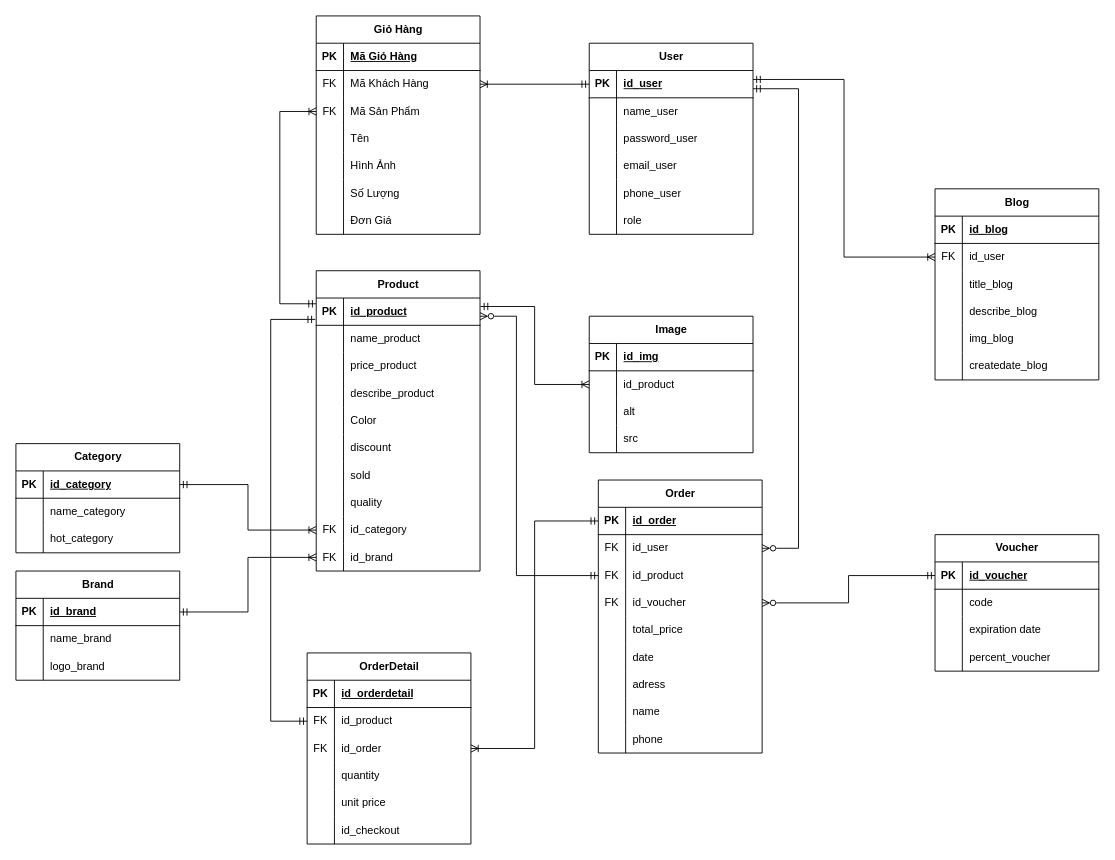
Earlier version of the draw.io diagram VN.drawio (Blion00/Blion00). Source tidied: cells renumbered, new cells numbered last; positions are measured from the earlier drawing's top-left corner, leaving out a move shared by most shapes. Both pictures are drawn from the tidied source at 91%, with x=0, y=0 at pixel (15, 15).
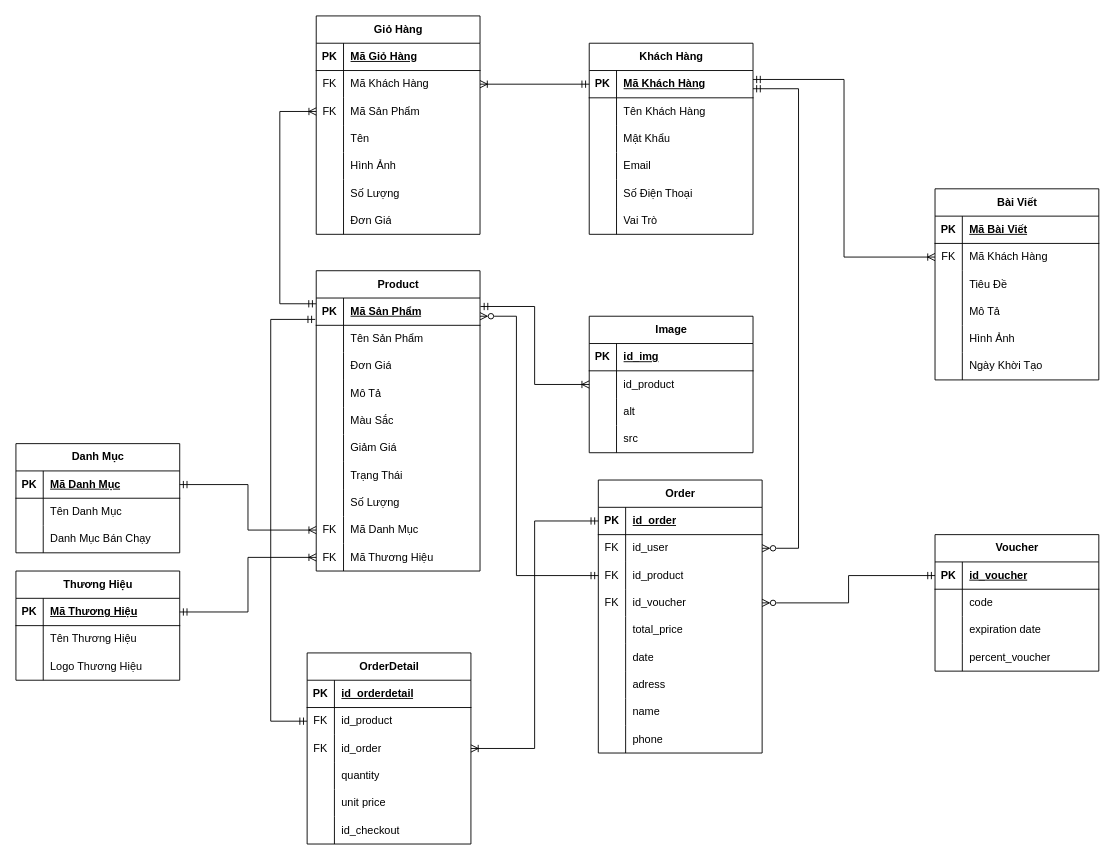
The same diagram, later.

The change refers to these unchanged cells:
```xml
<mxCell id="3" style="shape=tableRow;horizontal=0;startSize=0;swimlaneHead=0;swimlaneBody=0;fillColor=none;points=[[0,0.5],[1,0.5]];portConstraint=eastwest;top=0;left=0;right=0;bottom=1;" parent="2" vertex="1">
<mxCell id="6" style="shape=tableRow;horizontal=0;startSize=0;swimlaneHead=0;swimlaneBody=0;fillColor=none;top=0;left=0;right=0;bottom=0;" parent="2" vertex="1">
<mxCell id="9" style="shape=tableRow;horizontal=0;startSize=0;swimlaneHead=0;swimlaneBody=0;fillColor=none;top=0;left=0;right=0;bottom=0;" parent="2" vertex="1">
<mxCell id="12" style="shape=tableRow;horizontal=0;startSize=0;swimlaneHead=0;swimlaneBody=0;fillColor=none;top=0;left=0;right=0;bottom=0;" parent="2" vertex="1">
<mxCell id="15" style="shape=tableRow;horizontal=0;startSize=0;swimlaneHead=0;swimlaneBody=0;fillColor=none;top=0;left=0;right=0;bottom=0;" parent="2" vertex="1">
<mxCell id="18" style="shape=tableRow;horizontal=0;startSize=0;swimlaneHead=0;swimlaneBody=0;fillColor=none;top=0;left=0;right=0;bottom=0;" parent="2" vertex="1">
<mxCell id="21" style="shape=tableRow;horizontal=0;startSize=0;swimlaneHead=0;swimlaneBody=0;fillColor=none;top=0;left=0;right=0;bottom=0;" parent="2" vertex="1">
<mxCell id="24" style="shape=tableRow;horizontal=0;startSize=0;swimlaneHead=0;swimlaneBody=0;fillColor=none;top=0;left=0;right=0;bottom=0;" parent="2" vertex="1">
<mxCell id="27" style="shape=tableRow;horizontal=0;startSize=0;swimlaneHead=0;swimlaneBody=0;fillColor=none;points=[[0,0.5],[1,0.5]];portConstraint=eastwest;top=0;left=0;right=0;bottom=0;" parent="2" vertex="1">
<mxCell id="30" style="shape=tableRow;horizontal=0;startSize=0;swimlaneHead=0;swimlaneBody=0;fillColor=none;points=[[0,0.5],[1,0.5]];portConstraint=eastwest;top=0;left=0;right=0;bottom=0;" parent="2" vertex="1">
<mxCell id="34" style="shape=tableRow;horizontal=0;startSize=0;swimlaneHead=0;swimlaneBody=0;fillColor=none;points=[[0,0.5],[1,0.5]];portConstraint=eastwest;top=0;left=0;right=0;bottom=1;" parent="33" vertex="1">
<mxCell id="37" style="shape=tableRow;horizontal=0;startSize=0;swimlaneHead=0;swimlaneBody=0;fillColor=none;top=0;left=0;right=0;bottom=0;" parent="33" vertex="1">
<mxCell id="40" style="shape=tableRow;horizontal=0;startSize=0;swimlaneHead=0;swimlaneBody=0;fillColor=none;top=0;left=0;right=0;bottom=0;" parent="33" vertex="1">
<mxCell id="63" style="shape=tableRow;horizontal=0;startSize=0;swimlaneHead=0;swimlaneBody=0;fillColor=none;points=[[0,0.5],[1,0.5]];portConstraint=eastwest;top=0;left=0;right=0;bottom=1;" parent="62" vertex="1">
<mxCell id="66" style="shape=tableRow;horizontal=0;startSize=0;swimlaneHead=0;swimlaneBody=0;fillColor=none;top=0;left=0;right=0;bottom=0;" parent="62" vertex="1">
<mxCell id="69" style="shape=tableRow;horizontal=0;startSize=0;swimlaneHead=0;swimlaneBody=0;fillColor=none;top=0;left=0;right=0;bottom=0;" parent="62" vertex="1">
<mxCell id="72" style="shape=tableRow;horizontal=0;startSize=0;swimlaneHead=0;swimlaneBody=0;fillColor=none;top=0;left=0;right=0;bottom=0;" parent="62" vertex="1">
<mxCell id="75" style="shape=tableRow;horizontal=0;startSize=0;swimlaneHead=0;swimlaneBody=0;fillColor=none;top=0;left=0;right=0;bottom=0;" parent="62" vertex="1">
<mxCell id="78" style="shape=tableRow;horizontal=0;startSize=0;swimlaneHead=0;swimlaneBody=0;fillColor=none;top=0;left=0;right=0;bottom=0;" parent="62" vertex="1">
<mxCell id="151" style="shape=tableRow;horizontal=0;startSize=0;swimlaneHead=0;swimlaneBody=0;fillColor=none;top=0;left=0;right=0;bottom=1;" parent="150" vertex="1">
<mxCell id="154" style="shape=tableRow;horizontal=0;startSize=0;swimlaneHead=0;swimlaneBody=0;fillColor=none;points=[[0,0.5],[1,0.5]];portConstraint=eastwest;top=0;left=0;right=0;bottom=0;" parent="150" vertex="1">
<mxCell id="157" style="shape=tableRow;horizontal=0;startSize=0;swimlaneHead=0;swimlaneBody=0;fillColor=none;top=0;left=0;right=0;bottom=0;" parent="150" vertex="1">
<mxCell id="160" style="shape=tableRow;horizontal=0;startSize=0;swimlaneHead=0;swimlaneBody=0;fillColor=none;top=0;left=0;right=0;bottom=0;" parent="150" vertex="1">
<mxCell id="163" style="shape=tableRow;horizontal=0;startSize=0;swimlaneHead=0;swimlaneBody=0;fillColor=none;top=0;left=0;right=0;bottom=0;" parent="150" vertex="1">
<mxCell id="166" style="shape=tableRow;horizontal=0;startSize=0;swimlaneHead=0;swimlaneBody=0;fillColor=none;top=0;left=0;right=0;bottom=0;" parent="150" vertex="1">
<mxCell id="171" style="shape=tableRow;horizontal=0;startSize=0;swimlaneHead=0;swimlaneBody=0;fillColor=none;points=[[0,0.5],[1,0.5]];portConstraint=eastwest;top=0;left=0;right=0;bottom=1;" parent="170" vertex="1">
<mxCell id="174" style="shape=tableRow;horizontal=0;startSize=0;swimlaneHead=0;swimlaneBody=0;fillColor=none;top=0;left=0;right=0;bottom=0;" parent="170" vertex="1">
<mxCell id="177" style="shape=tableRow;horizontal=0;startSize=0;swimlaneHead=0;swimlaneBody=0;fillColor=none;top=0;left=0;right=0;bottom=0;" parent="170" vertex="1">
```

The edit, as a diff of the source:
```diff
@@
-    <mxCell id="5" value="id_product" style="shape=partialRectangle;fillColor=none;top=0;left=0;bottom=0;right=0;align=left;spacingLeft=6;fontStyle=5;overflow=hidden;whiteSpace=wrap;html=1;" parent="3" vertex="1">
+    <mxCell id="5" value="Mã Sản Phẩm" style="shape=partialRectangle;fillColor=none;top=0;left=0;bottom=0;right=0;align=left;spacingLeft=6;fontStyle=5;overflow=hidden;whiteSpace=wrap;html=1;" parent="3" vertex="1">
       <mxGeometry x="30" width="150" height="30" as="geometry" />
     </mxCell>
@@
-    <mxCell id="8" value="name_product" style="shape=partialRectangle;fillColor=none;top=0;left=0;bottom=0;right=0;align=left;spacingLeft=6;overflow=hidden;whiteSpace=wrap;html=1;" parent="6" vertex="1">
+    <mxCell id="8" value="Tên Sản Phẩm" style="shape=partialRectangle;fillColor=none;top=0;left=0;bottom=0;right=0;align=left;spacingLeft=6;overflow=hidden;whiteSpace=wrap;html=1;" parent="6" vertex="1">
       <mxGeometry x="30" width="150" height="30" as="geometry" />
     </mxCell>
@@
-    <mxCell id="11" value="price_product" style="shape=partialRectangle;fillColor=none;top=0;left=0;bottom=0;right=0;align=left;spacingLeft=6;overflow=hidden;whiteSpace=wrap;html=1;" parent="9" vertex="1">
+    <mxCell id="11" value="Đơn Giá" style="shape=partialRectangle;fillColor=none;top=0;left=0;bottom=0;right=0;align=left;spacingLeft=6;overflow=hidden;whiteSpace=wrap;html=1;" parent="9" vertex="1">
       <mxGeometry x="30" width="150" height="30" as="geometry" />
     </mxCell>
@@
-    <mxCell id="14" value="describe_product" style="shape=partialRectangle;fillColor=none;top=0;left=0;bottom=0;right=0;align=left;spacingLeft=6;overflow=hidden;whiteSpace=wrap;html=1;" parent="12" vertex="1">
+    <mxCell id="14" value="Mô Tả" style="shape=partialRectangle;fillColor=none;top=0;left=0;bottom=0;right=0;align=left;spacingLeft=6;overflow=hidden;whiteSpace=wrap;html=1;" parent="12" vertex="1">
       <mxGeometry x="30" width="150" height="30" as="geometry" />
     </mxCell>
@@
-    <mxCell id="17" value="Color" style="shape=partialRectangle;fillColor=none;top=0;left=0;bottom=0;right=0;align=left;spacingLeft=6;overflow=hidden;whiteSpace=wrap;html=1;" parent="15" vertex="1">
+    <mxCell id="17" value="Màu Sắc" style="shape=partialRectangle;fillColor=none;top=0;left=0;bottom=0;right=0;align=left;spacingLeft=6;overflow=hidden;whiteSpace=wrap;html=1;" parent="15" vertex="1">
       <mxGeometry x="30" width="150" height="30" as="geometry" />
     </mxCell>
@@
-    <mxCell id="20" value="discount" style="shape=partialRectangle;fillColor=none;top=0;left=0;bottom=0;right=0;align=left;spacingLeft=6;overflow=hidden;whiteSpace=wrap;html=1;" parent="18" vertex="1">
+    <mxCell id="20" value="Giảm Giá" style="shape=partialRectangle;fillColor=none;top=0;left=0;bottom=0;right=0;align=left;spacingLeft=6;overflow=hidden;whiteSpace=wrap;html=1;" parent="18" vertex="1">
       <mxGeometry x="30" width="150" height="30" as="geometry" />
     </mxCell>
@@
-    <mxCell id="23" value="sold" style="shape=partialRectangle;fillColor=none;top=0;left=0;bottom=0;right=0;align=left;spacingLeft=6;overflow=hidden;whiteSpace=wrap;html=1;" parent="21" vertex="1">
+    <mxCell id="23" value="Trạng Thái" style="shape=partialRectangle;fillColor=none;top=0;left=0;bottom=0;right=0;align=left;spacingLeft=6;overflow=hidden;whiteSpace=wrap;html=1;" parent="21" vertex="1">
       <mxGeometry x="30" width="150" height="30" as="geometry" />
     </mxCell>
@@
-    <mxCell id="26" value="quality" style="shape=partialRectangle;fillColor=none;top=0;left=0;bottom=0;right=0;align=left;spacingLeft=6;overflow=hidden;whiteSpace=wrap;html=1;" parent="24" vertex="1">
+    <mxCell id="26" value="Số Lượng" style="shape=partialRectangle;fillColor=none;top=0;left=0;bottom=0;right=0;align=left;spacingLeft=6;overflow=hidden;whiteSpace=wrap;html=1;" parent="24" vertex="1">
       <mxGeometry x="30" width="150" height="30" as="geometry" />
     </mxCell>
@@
-    <mxCell id="29" value="id_category" style="shape=partialRectangle;fillColor=none;top=0;left=0;bottom=0;right=0;align=left;spacingLeft=6;overflow=hidden;whiteSpace=wrap;html=1;" parent="27" vertex="1">
+    <mxCell id="29" value="Mã Danh Mục" style="shape=partialRectangle;fillColor=none;top=0;left=0;bottom=0;right=0;align=left;spacingLeft=6;overflow=hidden;whiteSpace=wrap;html=1;" parent="27" vertex="1">
       <mxGeometry x="30" width="150" height="30" as="geometry" />
     </mxCell>
@@
-    <mxCell id="32" value="id_brand" style="shape=partialRectangle;fillColor=none;top=0;left=0;bottom=0;right=0;align=left;spacingLeft=6;overflow=hidden;whiteSpace=wrap;html=1;" parent="30" vertex="1">
+    <mxCell id="32" value="Mã Thương Hiệu" style="shape=partialRectangle;fillColor=none;top=0;left=0;bottom=0;right=0;align=left;spacingLeft=6;overflow=hidden;whiteSpace=wrap;html=1;" parent="30" vertex="1">
       <mxGeometry x="30" width="150" height="30" as="geometry" />
     </mxCell>
-    <mxCell id="33" value="Category" style="shape=table;startSize=30;childLayout=tableLayout;rowLines=0;fontStyle=1;align=center;html=1;" parent="1" vertex="1">
+    <mxCell id="33" value="Danh Mục" style="shape=table;startSize=30;childLayout=tableLayout;rowLines=0;fontStyle=1;align=center;html=1;" parent="1" vertex="1">
       <mxGeometry y="470" width="180" height="120" as="geometry" />
     </mxCell>
@@
-    <mxCell id="36" value="id_category" style="shape=partialRectangle;fillColor=none;top=0;left=0;bottom=0;right=0;align=left;spacingLeft=6;fontStyle=5;overflow=hidden;whiteSpace=wrap;html=1;" parent="34" vertex="1">
+    <mxCell id="36" value="Mã Danh Mục" style="shape=partialRectangle;fillColor=none;top=0;left=0;bottom=0;right=0;align=left;spacingLeft=6;fontStyle=5;overflow=hidden;whiteSpace=wrap;html=1;" parent="34" vertex="1">
       <mxGeometry x="30" width="150" height="30" as="geometry" />
     </mxCell>
@@
-    <mxCell id="39" value="name_category" style="shape=partialRectangle;fillColor=none;top=0;left=0;bottom=0;right=0;align=left;spacingLeft=6;overflow=hidden;whiteSpace=wrap;html=1;" parent="37" vertex="1">
+    <mxCell id="39" value="Tên Danh Mục" style="shape=partialRectangle;fillColor=none;top=0;left=0;bottom=0;right=0;align=left;spacingLeft=6;overflow=hidden;whiteSpace=wrap;html=1;" parent="37" vertex="1">
       <mxGeometry x="30" width="150" height="30" as="geometry" />
     </mxCell>
@@
-    <mxCell id="42" value="hot_category" style="shape=partialRectangle;fillColor=none;top=0;left=0;bottom=0;right=0;align=left;spacingLeft=6;overflow=hidden;whiteSpace=wrap;html=1;" parent="40" vertex="1">
+    <mxCell id="42" value="Danh Mục Bán Chạy" style="shape=partialRectangle;fillColor=none;top=0;left=0;bottom=0;right=0;align=left;spacingLeft=6;overflow=hidden;whiteSpace=wrap;html=1;" parent="40" vertex="1">
       <mxGeometry x="30" width="150" height="30" as="geometry" />
     </mxCell>
@@
-    <mxCell id="62" value="User" style="shape=table;startSize=30;childLayout=tableLayout;rowLines=0;fontStyle=1;align=center;html=1;" parent="1" vertex="1">
+    <mxCell id="62" value="Khách Hàng" style="shape=table;startSize=30;childLayout=tableLayout;rowLines=0;fontStyle=1;align=center;html=1;" parent="1" vertex="1">
       <mxGeometry x="630" y="30" width="180" height="210" as="geometry" />
     </mxCell>
@@
-    <mxCell id="65" value="id_user" style="shape=partialRectangle;fillColor=none;top=0;left=0;bottom=0;right=0;align=left;spacingLeft=6;fontStyle=5;overflow=hidden;whiteSpace=wrap;html=1;" parent="63" vertex="1">
+    <mxCell id="65" value="Mã Khách Hàng" style="shape=partialRectangle;fillColor=none;top=0;left=0;bottom=0;right=0;align=left;spacingLeft=6;fontStyle=5;overflow=hidden;whiteSpace=wrap;html=1;" parent="63" vertex="1">
       <mxGeometry x="30" width="150" height="30" as="geometry" />
     </mxCell>
@@
-    <mxCell id="68" value="name_user" style="shape=partialRectangle;fillColor=none;top=0;left=0;bottom=0;right=0;align=left;spacingLeft=6;overflow=hidden;whiteSpace=wrap;html=1;" parent="66" vertex="1">
+    <mxCell id="68" value="Tên Khách Hàng" style="shape=partialRectangle;fillColor=none;top=0;left=0;bottom=0;right=0;align=left;spacingLeft=6;overflow=hidden;whiteSpace=wrap;html=1;" parent="66" vertex="1">
       <mxGeometry x="30" width="150" height="30" as="geometry" />
     </mxCell>
@@
-    <mxCell id="71" value="password_user" style="shape=partialRectangle;fillColor=none;top=0;left=0;bottom=0;right=0;align=left;spacingLeft=6;overflow=hidden;whiteSpace=wrap;html=1;" parent="69" vertex="1">
+    <mxCell id="71" value="Mật Khẩu" style="shape=partialRectangle;fillColor=none;top=0;left=0;bottom=0;right=0;align=left;spacingLeft=6;overflow=hidden;whiteSpace=wrap;html=1;" parent="69" vertex="1">
       <mxGeometry x="30" width="150" height="30" as="geometry" />
     </mxCell>
@@
-    <mxCell id="74" value="email_user" style="shape=partialRectangle;fillColor=none;top=0;left=0;bottom=0;right=0;align=left;spacingLeft=6;overflow=hidden;whiteSpace=wrap;html=1;" parent="72" vertex="1">
+    <mxCell id="74" value="Email" style="shape=partialRectangle;fillColor=none;top=0;left=0;bottom=0;right=0;align=left;spacingLeft=6;overflow=hidden;whiteSpace=wrap;html=1;" parent="72" vertex="1">
       <mxGeometry x="30" width="150" height="30" as="geometry" />
     </mxCell>
@@
-    <mxCell id="77" value="phone_user" style="shape=partialRectangle;fillColor=none;top=0;left=0;bottom=0;right=0;align=left;spacingLeft=6;overflow=hidden;whiteSpace=wrap;html=1;" parent="75" vertex="1">
+    <mxCell id="77" value="Số Điện Thoại" style="shape=partialRectangle;fillColor=none;top=0;left=0;bottom=0;right=0;align=left;spacingLeft=6;overflow=hidden;whiteSpace=wrap;html=1;" parent="75" vertex="1">
       <mxGeometry x="30" width="150" height="30" as="geometry" />
     </mxCell>
@@
-    <mxCell id="80" value="role" style="shape=partialRectangle;fillColor=none;top=0;left=0;bottom=0;right=0;align=left;spacingLeft=6;overflow=hidden;whiteSpace=wrap;html=1;" parent="78" vertex="1">
+    <mxCell id="80" value="Vai Trò" style="shape=partialRectangle;fillColor=none;top=0;left=0;bottom=0;right=0;align=left;spacingLeft=6;overflow=hidden;whiteSpace=wrap;html=1;" parent="78" vertex="1">
       <mxGeometry x="30" width="150" height="30" as="geometry" />
     </mxCell>
@@
-    <mxCell id="150" value="Blog" style="shape=table;startSize=30;childLayout=tableLayout;rowLines=0;fontStyle=1;align=center;html=1;" parent="1" vertex="1">
+    <mxCell id="150" value="Bài Viết" style="shape=table;startSize=30;childLayout=tableLayout;rowLines=0;fontStyle=1;align=center;html=1;" parent="1" vertex="1">
       <mxGeometry x="1010" y="190" width="180" height="210" as="geometry" />
     </mxCell>
@@
-    <mxCell id="153" value="id_blog" style="shape=partialRectangle;fillColor=none;top=0;left=0;bottom=0;right=0;align=left;spacingLeft=6;fontStyle=5;overflow=hidden;whiteSpace=wrap;html=1;" parent="151" vertex="1">
+    <mxCell id="153" value="Mã Bài Viết" style="shape=partialRectangle;fillColor=none;top=0;left=0;bottom=0;right=0;align=left;spacingLeft=6;fontStyle=5;overflow=hidden;whiteSpace=wrap;html=1;" parent="151" vertex="1">
       <mxGeometry x="30" width="150" height="30" as="geometry" />
     </mxCell>
@@
-    <mxCell id="156" value="id_user" style="shape=partialRectangle;fillColor=none;top=0;left=0;bottom=0;right=0;align=left;spacingLeft=6;overflow=hidden;whiteSpace=wrap;html=1;" parent="154" vertex="1">
+    <mxCell id="156" value="Mã Khách Hàng" style="shape=partialRectangle;fillColor=none;top=0;left=0;bottom=0;right=0;align=left;spacingLeft=6;overflow=hidden;whiteSpace=wrap;html=1;" parent="154" vertex="1">
       <mxGeometry x="30" width="150" height="30" as="geometry" />
     </mxCell>
@@
-    <mxCell id="159" value="title_blog" style="shape=partialRectangle;fillColor=none;top=0;left=0;bottom=0;right=0;align=left;spacingLeft=6;overflow=hidden;whiteSpace=wrap;html=1;" parent="157" vertex="1">
+    <mxCell id="159" value="Tiêu Đề" style="shape=partialRectangle;fillColor=none;top=0;left=0;bottom=0;right=0;align=left;spacingLeft=6;overflow=hidden;whiteSpace=wrap;html=1;" parent="157" vertex="1">
       <mxGeometry x="30" width="150" height="30" as="geometry" />
     </mxCell>
@@
-    <mxCell id="162" value="describe_blog" style="shape=partialRectangle;fillColor=none;top=0;left=0;bottom=0;right=0;align=left;spacingLeft=6;overflow=hidden;whiteSpace=wrap;html=1;" parent="160" vertex="1">
+    <mxCell id="162" value="Mô Tả" style="shape=partialRectangle;fillColor=none;top=0;left=0;bottom=0;right=0;align=left;spacingLeft=6;overflow=hidden;whiteSpace=wrap;html=1;" parent="160" vertex="1">
       <mxGeometry x="30" width="150" height="30" as="geometry" />
     </mxCell>
@@
-    <mxCell id="165" value="img_blog" style="shape=partialRectangle;fillColor=none;top=0;left=0;bottom=0;right=0;align=left;spacingLeft=6;overflow=hidden;whiteSpace=wrap;html=1;" parent="163" vertex="1">
+    <mxCell id="165" value="Hình Ảnh" style="shape=partialRectangle;fillColor=none;top=0;left=0;bottom=0;right=0;align=left;spacingLeft=6;overflow=hidden;whiteSpace=wrap;html=1;" parent="163" vertex="1">
       <mxGeometry x="30" width="150" height="30" as="geometry" />
     </mxCell>
@@
-    <mxCell id="168" value="createdate_blog" style="shape=partialRectangle;fillColor=none;top=0;left=0;bottom=0;right=0;align=left;spacingLeft=6;overflow=hidden;whiteSpace=wrap;html=1;" parent="166" vertex="1">
+    <mxCell id="168" value="Ngày Khời Tạo" style="shape=partialRectangle;fillColor=none;top=0;left=0;bottom=0;right=0;align=left;spacingLeft=6;overflow=hidden;whiteSpace=wrap;html=1;" parent="166" vertex="1">
       <mxGeometry x="30" width="150" height="30" as="geometry" />
     </mxCell>
@@
-    <mxCell id="170" value="Brand" style="shape=table;startSize=30;childLayout=tableLayout;rowLines=0;fontStyle=1;align=center;html=1;" parent="1" vertex="1">
+    <mxCell id="170" value="Thương Hiệu" style="shape=table;startSize=30;childLayout=tableLayout;rowLines=0;fontStyle=1;align=center;html=1;" parent="1" vertex="1">
       <mxGeometry y="610" width="180" height="120" as="geometry" />
     </mxCell>
@@
-    <mxCell id="173" value="id_brand" style="shape=partialRectangle;fillColor=none;top=0;left=0;bottom=0;right=0;align=left;spacingLeft=6;fontStyle=5;overflow=hidden;whiteSpace=wrap;html=1;" parent="171" vertex="1">
+    <mxCell id="173" value="Mã Thương Hiệu" style="shape=partialRectangle;fillColor=none;top=0;left=0;bottom=0;right=0;align=left;spacingLeft=6;fontStyle=5;overflow=hidden;whiteSpace=wrap;html=1;" parent="171" vertex="1">
       <mxGeometry x="30" width="150" height="30" as="geometry" />
     </mxCell>
@@
-    <mxCell id="176" value="name_brand" style="shape=partialRectangle;fillColor=none;top=0;left=0;bottom=0;right=0;align=left;spacingLeft=6;overflow=hidden;whiteSpace=wrap;html=1;" parent="174" vertex="1">
+    <mxCell id="176" value="Tên Thương Hiệu" style="shape=partialRectangle;fillColor=none;top=0;left=0;bottom=0;right=0;align=left;spacingLeft=6;overflow=hidden;whiteSpace=wrap;html=1;" parent="174" vertex="1">
       <mxGeometry x="30" width="150" height="30" as="geometry" />
     </mxCell>
@@
-    <mxCell id="179" value="logo_brand" style="shape=partialRectangle;fillColor=none;top=0;left=0;bottom=0;right=0;align=left;spacingLeft=6;overflow=hidden;whiteSpace=wrap;html=1;" parent="177" vertex="1">
+    <mxCell id="179" value="Logo Thương Hiệu" style="shape=partialRectangle;fillColor=none;top=0;left=0;bottom=0;right=0;align=left;spacingLeft=6;overflow=hidden;whiteSpace=wrap;html=1;" parent="177" vertex="1">
       <mxGeometry x="30" width="150" height="30" as="geometry" />
     </mxCell>
```
